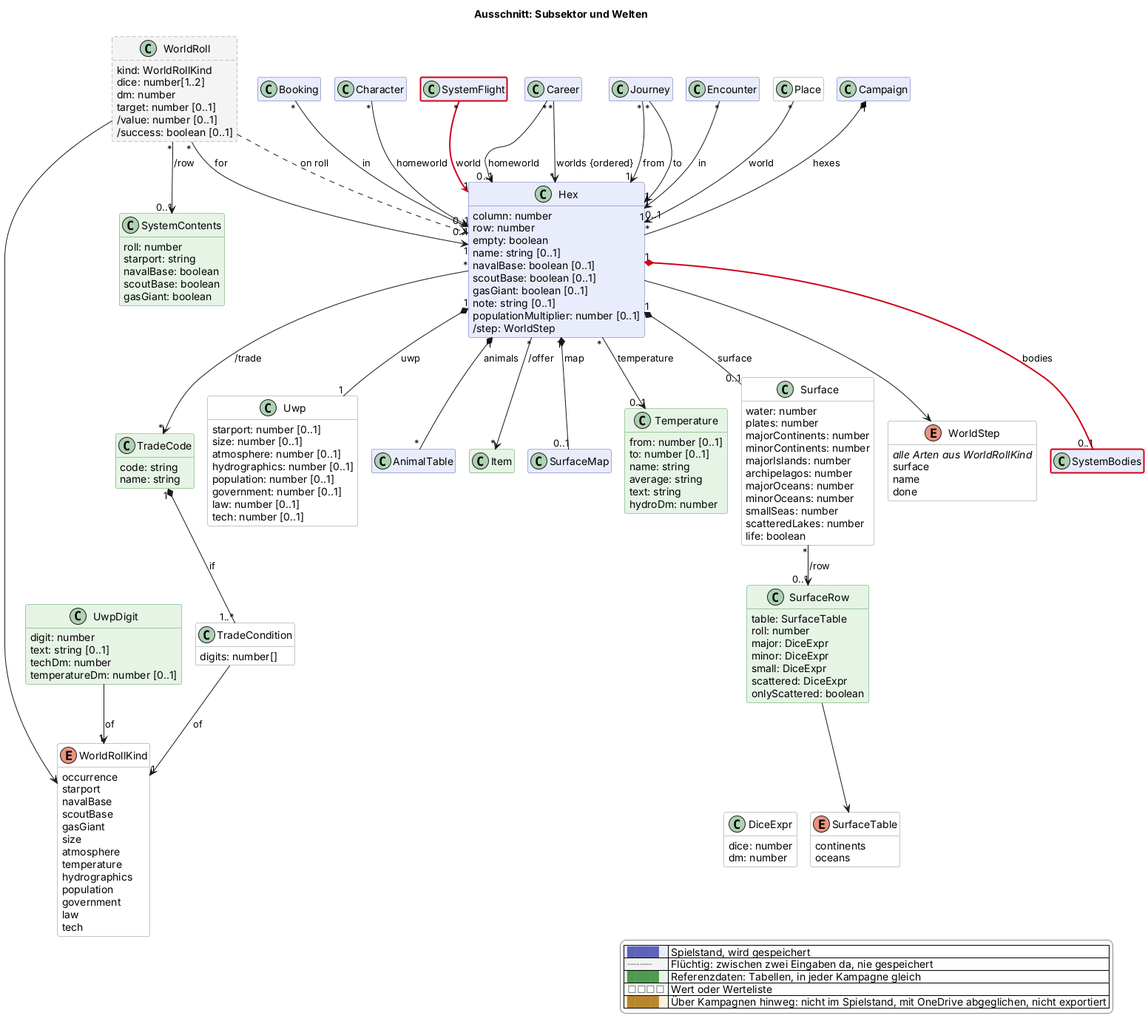
The PlantUML diagram docs/views/sektor.png in scuzzar/SRE, before a commit.
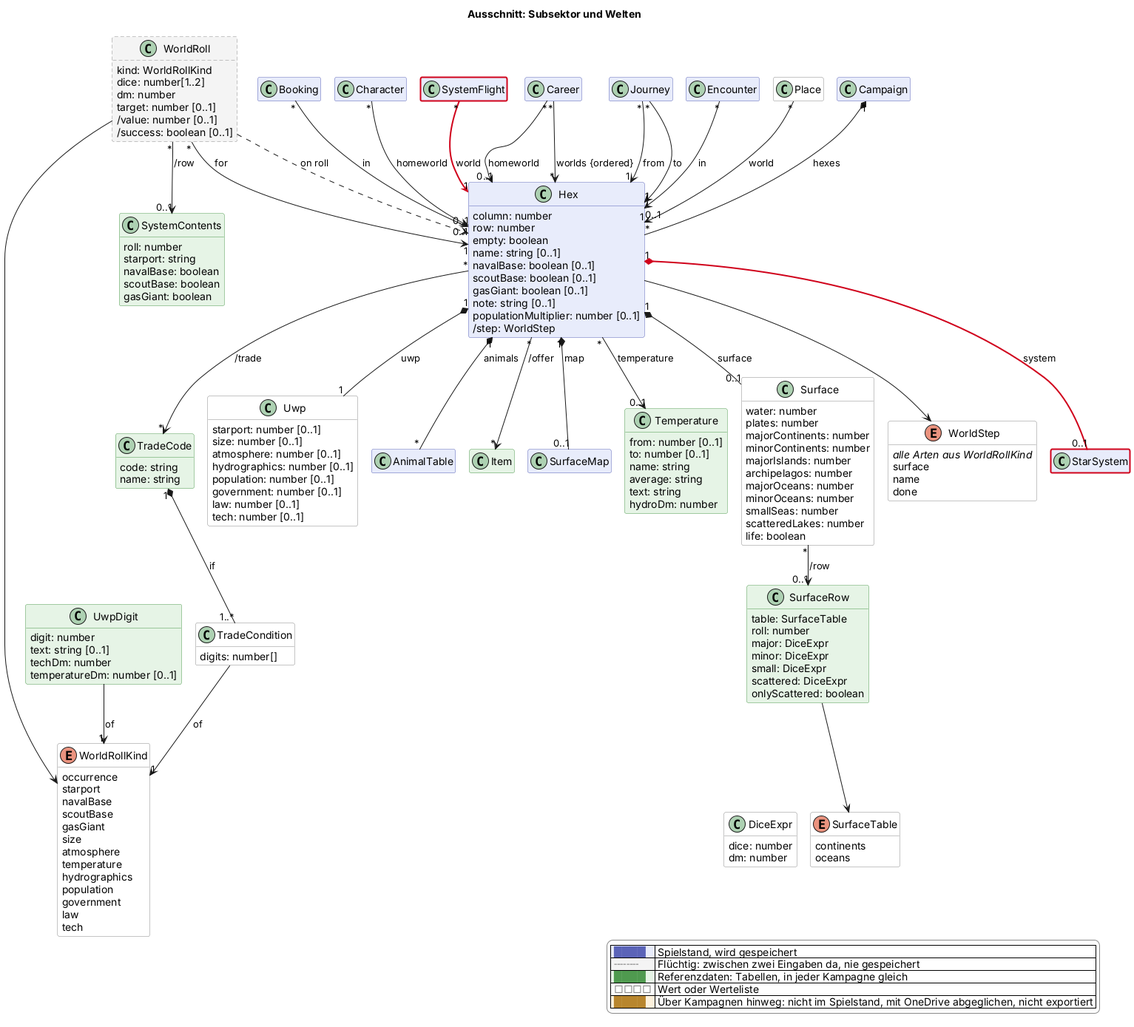
Above is the later version.

What changed in the source:
```diff
@@ -75,7 +75,7 @@
 
 
   class SystemFlight $raum $newClass("2026-11-18")
-  class SystemBodies $raum $newClass("2026-11-18b")
+  class StarSystem $raum $newClass("2026-11-18b")
 
   class Career $erschaffung
 
@@ -203,7 +203,7 @@
 
 
 SystemFlight "*" -$newArrow("2026-11-18")-> "1" Hex : world
-Hex "1" *-$newArrow("2026-11-18b")- "0..1" SystemBodies : bodies
+Hex "1" *-$newArrow("2026-11-18b")- "0..1" StarSystem : system
 
 Journey "*" --> "1" Hex : from
 Journey "*" --> "1" Hex : to
@@ -250,5 +250,4 @@
   |<#ffffff> <color:#8a8a8a>□□□□</color> | Wert oder Werteliste |
   |<#fdf1dc> <color:#b8862e>████</color> | Über Kampagnen hinweg: nicht im Spielstand, mit OneDrive abgeglichen, nicht exportiert |
 endlegend
-class SystemFlight #line:d0021b;line.bold
 @enduml
```
